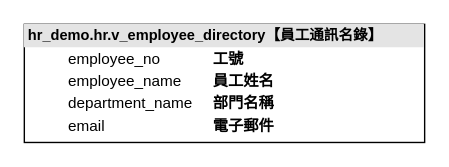
willson5127/Agents_Skills_WillsonWang keeps this draw.io diagram as docs/drawio/192.0.2.10【人事教學範例】/hr_demo/hr/Views/hr_demo.hr.v_employee_directory【員工通訊名錄】.drawio. Above is the earlier version. Source tidied: cells renumbered, new cells numbered last; positions are measured from the earlier drawing's top-left corner, leaving out a move shared by most shapes. Both pictures are drawn from the tidied source at 139%, with x=0, y=0 at pixel (24, 24).
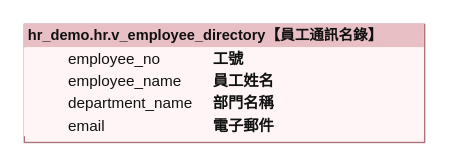
After the change.

The edit, as a diff of the source:
```diff
@@
 <mxGraphModel>
   <root>
     <mxCell id="0" />
     <mxCell id="1" parent="0" />
-    <mxCell id="2" value="&lt;div style=&quot;box-sizing:border-box;width:100%;background:rgb(228,228,228);padding:2px 3px;font-size:10.5px;line-height:13px;white-space:nowrap&quot;&gt;&lt;b&gt;hr_demo.hr.v_employee_directory【員工通訊名錄】&lt;/b&gt;&lt;/div&gt;&lt;table style=&quot;width:100%;table-layout:fixed;font-family:Arial;font-size:11px;line-height:14px&quot; cellpadding=&quot;1&quot; cellspacing=&quot;0&quot;&gt;&lt;colgroup&gt;&lt;col style=&quot;width:31px&quot;/&gt;&lt;col style=&quot;width:104px&quot;/&gt;&lt;col/&gt;&lt;/colgroup&gt;&lt;tbody&gt;&lt;tr&gt;&lt;td style=&quot;vertical-align:top;white-space:nowrap&quot;&gt;&lt;b&gt;&lt;/b&gt;&lt;/td&gt;&lt;td style=&quot;vertical-align:top;white-space:nowrap;padding-right:8px&quot; title=&quot;varchar(20) · NULL NO | 虛構資料字典：examples/tablecard-demo.json | 中文名稱：既有註解&quot;&gt;employee_no&lt;/td&gt;&lt;td style=&quot;vertical-align:top;white-space:normal;overflow-wrap:anywhere;word-break:break-all&quot; title=&quot;varchar(20) · NULL NO | 虛構資料字典：examples/tablecard-demo.json | 中文名稱：既有註解&quot;&gt;&lt;b&gt;工號&lt;/b&gt;&lt;/td&gt;&lt;/tr&gt;&lt;tr&gt;&lt;td style=&quot;vertical-align:top;white-space:nowrap&quot;&gt;&lt;b&gt;&lt;/b&gt;&lt;/td&gt;&lt;td style=&quot;vertical-align:top;white-space:nowrap;padding-right:8px&quot; title=&quot;nvarchar(60) · NULL NO | 虛構資料字典：examples/tablecard-demo.json | 中文名稱：既有註解&quot;&gt;employee_name&lt;/td&gt;&lt;td style=&quot;vertical-align:top;white-space:normal;overflow-wrap:anywhere;word-break:break-all&quot; title=&quot;nvarchar(60) · NULL NO | 虛構資料字典：examples/tablecard-demo.json | 中文名稱：既有註解&quot;&gt;&lt;b&gt;員工姓名&lt;/b&gt;&lt;/td&gt;&lt;/tr&gt;&lt;tr&gt;&lt;td style=&quot;vertical-align:top;white-space:nowrap&quot;&gt;&lt;b&gt;&lt;/b&gt;&lt;/td&gt;&lt;td style=&quot;vertical-align:top;white-space:nowrap;padding-right:8px&quot; title=&quot;nvarchar(80) · NULL YES | 虛構資料字典：examples/tablecard-demo.json | 中文名稱：既有註解&quot;&gt;department_name&lt;/td&gt;&lt;td style=&quot;vertical-align:top;white-space:normal;overflow-wrap:anywhere;word-break:break-all&quot; title=&quot;nvarchar(80) · NULL YES | 虛構資料字典：examples/tablecard-demo.json | 中文名稱：既有註解&quot;&gt;&lt;b&gt;部門名稱&lt;/b&gt;&lt;/td&gt;&lt;/tr&gt;&lt;tr&gt;&lt;td style=&quot;vertical-align:top;white-space:nowrap&quot;&gt;&lt;b&gt;&lt;/b&gt;&lt;/td&gt;&lt;td style=&quot;vertical-align:top;white-space:nowrap;padding-right:8px&quot; title=&quot;varchar(200) · NULL YES | 虛構資料字典：examples/tablecard-demo.json | 中文名稱：既有註解&quot;&gt;email&lt;/td&gt;&lt;td style=&quot;vertical-align:top;white-space:normal;overflow-wrap:anywhere;word-break:break-all&quot; title=&quot;varchar(200) · NULL YES | 虛構資料字典：examples/tablecard-demo.json | 中文名稱：既有註解&quot;&gt;&lt;b&gt;電子郵件&lt;/b&gt;&lt;/td&gt;&lt;/tr&gt;&lt;/tbody&gt;&lt;/table&gt;" style="verticalAlign=top;align=left;overflow=fill;html=1;whiteSpace=wrap;fontFamily=Arial;fontSize=11;spacing=0;" parent="1" vertex="1">
+    <mxCell id="2" value="&lt;div style=&quot;box-sizing:border-box;width:100%;background:#E8BFC5;color:#111111;padding:2px 3px;font-size:10.5px;line-height:13px;white-space:nowrap&quot;&gt;&lt;b&gt;hr_demo.hr.v_employee_directory【員工通訊名錄】&lt;/b&gt;&lt;/div&gt;&lt;table style=&quot;width:100%;background:#FFF5F6;color:#111111;table-layout:fixed;font-family:Arial;font-size:11px;line-height:14px&quot; cellpadding=&quot;1&quot; cellspacing=&quot;0&quot;&gt;&lt;colgroup&gt;&lt;col style=&quot;width:31px&quot;/&gt;&lt;col style=&quot;width:104px&quot;/&gt;&lt;col/&gt;&lt;/colgroup&gt;&lt;tbody&gt;&lt;tr&gt;&lt;td style=&quot;vertical-align:top;white-space:nowrap&quot;&gt;&lt;b&gt;&lt;/b&gt;&lt;/td&gt;&lt;td style=&quot;vertical-align:top;white-space:nowrap;padding-right:8px&quot; title=&quot;varchar(20) · NULL NO | 虛構資料字典：examples/tablecard-demo.json | 中文名稱：既有註解&quot;&gt;employee_no&lt;/td&gt;&lt;td style=&quot;vertical-align:top;white-space:normal;overflow-wrap:anywhere;word-break:break-all&quot; title=&quot;varchar(20) · NULL NO | 虛構資料字典：examples/tablecard-demo.json | 中文名稱：既有註解&quot;&gt;&lt;b&gt;工號&lt;/b&gt;&lt;/td&gt;&lt;/tr&gt;&lt;tr&gt;&lt;td style=&quot;vertical-align:top;white-space:nowrap&quot;&gt;&lt;b&gt;&lt;/b&gt;&lt;/td&gt;&lt;td style=&quot;vertical-align:top;white-space:nowrap;padding-right:8px&quot; title=&quot;nvarchar(60) · NULL NO | 虛構資料字典：examples/tablecard-demo.json | 中文名稱：既有註解&quot;&gt;employee_name&lt;/td&gt;&lt;td style=&quot;vertical-align:top;white-space:normal;overflow-wrap:anywhere;word-break:break-all&quot; title=&quot;nvarchar(60) · NULL NO | 虛構資料字典：examples/tablecard-demo.json | 中文名稱：既有註解&quot;&gt;&lt;b&gt;員工姓名&lt;/b&gt;&lt;/td&gt;&lt;/tr&gt;&lt;tr&gt;&lt;td style=&quot;vertical-align:top;white-space:nowrap&quot;&gt;&lt;b&gt;&lt;/b&gt;&lt;/td&gt;&lt;td style=&quot;vertical-align:top;white-space:nowrap;padding-right:8px&quot; title=&quot;nvarchar(80) · NULL YES | 虛構資料字典：examples/tablecard-demo.json | 中文名稱：既有註解&quot;&gt;department_name&lt;/td&gt;&lt;td style=&quot;vertical-align:top;white-space:normal;overflow-wrap:anywhere;word-break:break-all&quot; title=&quot;nvarchar(80) · NULL YES | 虛構資料字典：examples/tablecard-demo.json | 中文名稱：既有註解&quot;&gt;&lt;b&gt;部門名稱&lt;/b&gt;&lt;/td&gt;&lt;/tr&gt;&lt;tr&gt;&lt;td style=&quot;vertical-align:top;white-space:nowrap&quot;&gt;&lt;b&gt;&lt;/b&gt;&lt;/td&gt;&lt;td style=&quot;vertical-align:top;white-space:nowrap;padding-right:8px&quot; title=&quot;varchar(200) · NULL YES | 虛構資料字典：examples/tablecard-demo.json | 中文名稱：既有註解&quot;&gt;email&lt;/td&gt;&lt;td style=&quot;vertical-align:top;white-space:normal;overflow-wrap:anywhere;word-break:break-all&quot; title=&quot;varchar(200) · NULL YES | 虛構資料字典：examples/tablecard-demo.json | 中文名稱：既有註解&quot;&gt;&lt;b&gt;電子郵件&lt;/b&gt;&lt;/td&gt;&lt;/tr&gt;&lt;/tbody&gt;&lt;/table&gt;" style="verticalAlign=top;align=left;overflow=fill;html=1;whiteSpace=wrap;fontFamily=Arial;fontSize=11;spacing=0;fillColor=#FFF5F6;strokeColor=#AC737D;fontColor=#111111;" parent="1" vertex="1">
       <mxGeometry width="288" height="85" as="geometry" />
     </mxCell>
   </root>
 </mxGraphModel>
```
